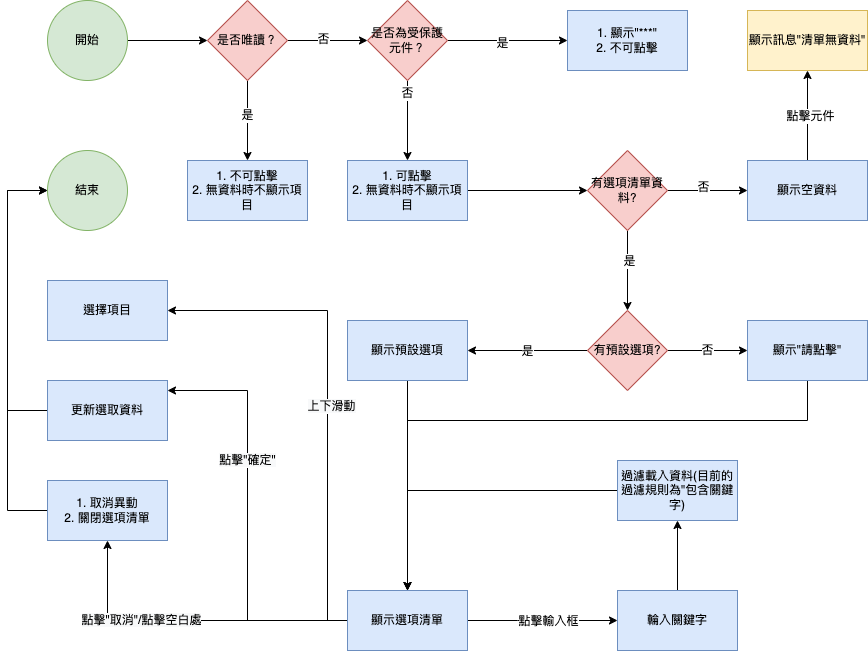
This is 8.10.1/MAE/Component/Image/workflow_droplist.png from ArcareRD/sadocs, a draw.io export, as it was before one commit. Source tidied: cells renumbered, new cells last; positions are measured from the earlier drawing's top-left corner, leaving out a move shared by most shapes.
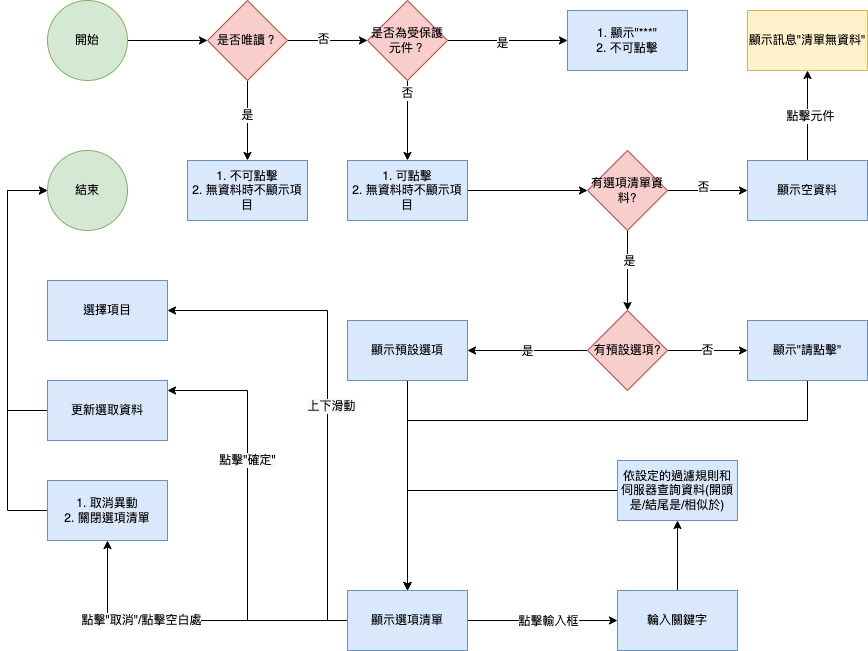
The same diagram one commit later.

Change to the diagram source:
```diff
@@ -144,22 +144,15 @@
     <mxCell id="37" value="1. 取消異動&lt;br&gt;2. 關閉選項清單" style="whiteSpace=wrap;html=1;rounded=0;fillColor=#dae8fc;strokeColor=#6c8ebf;" parent="1" vertex="1">
       <mxGeometry x="40" y="480" width="120" height="60" as="geometry" />
     </mxCell>
-    <mxCell id="38" style="edgeStyle=orthogonalEdgeStyle;rounded=0;jettySize=auto;html=1;" parent="1" edge="1" source="39" target="41">
-      <mxGeometry relative="1" as="geometry">
-        <Array as="points">
-          <mxPoint x="670" y="620" />
-        </Array>
-      </mxGeometry>
-    </mxCell>
+    <mxCell id="54" style="edgeStyle=orthogonalEdgeStyle;rounded=0;jettySize=auto;html=1;" parent="1" edge="1" source="39" target="55">
+      <mxGeometry relative="1" as="geometry" />
+    </mxCell>
     <mxCell id="39" value="輪入關鍵字" style="whiteSpace=wrap;html=1;rounded=0;strokeColor=#6c8ebf;fillColor=#dae8fc;" parent="1" vertex="1">
       <mxGeometry x="610" y="590" width="120" height="60" as="geometry" />
     </mxCell>
-    <mxCell id="40" style="edgeStyle=orthogonalEdgeStyle;rounded=0;jettySize=auto;html=1;exitX=0;exitY=0.5;exitDx=0;exitDy=0;" parent="1" edge="1" source="41" target="32">
+    <mxCell id="40" style="edgeStyle=orthogonalEdgeStyle;rounded=0;jettySize=auto;html=1;" parent="1" edge="1" source="55" target="32">
       <mxGeometry relative="1" as="geometry" />
     </mxCell>
-    <mxCell id="41" value="&lt;font face=&quot;helvetica&quot;&gt;過濾載入資料(目前的過濾規則為&quot;包含關鍵字)&lt;/font&gt;" style="whiteSpace=wrap;html=1;rounded=0;strokeColor=#6c8ebf;fillColor=#dae8fc;" parent="1" vertex="1">
-      <mxGeometry x="610" y="460" width="120" height="60" as="geometry" />
-    </mxCell>
     <mxCell id="42" value="結束" style="ellipse;whiteSpace=wrap;html=1;fillColor=#d5e8d4;strokeColor=#82b366;" parent="1" vertex="1">
       <mxGeometry x="40" y="150" width="80" height="80" as="geometry" />
     </mxCell>
@@ -201,5 +194,8 @@
     <mxCell id="53" value="顯示空資料" style="whiteSpace=wrap;html=1;strokeColor=#6c8ebf;fillColor=#dae8fc;" parent="1" vertex="1">
       <mxGeometry x="740" y="160" width="120" height="60" as="geometry" />
     </mxCell>
+    <mxCell id="55" value="依設定的過濾規則和伺服器查詢資料(開頭是/結尾是/相似於)" style="whiteSpace=wrap;html=1;fillColor=#dae8fc;strokeColor=#6c8ebf;rounded=0;" parent="1" vertex="1">
+      <mxGeometry x="610" y="460" width="120" height="60" as="geometry" />
+    </mxCell>
   </root>
 </mxGraphModel>
```
